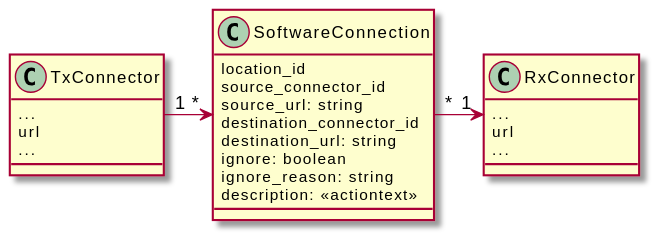
The PlantUML diagram public/docs/dev-notes/_images/software-connections.svg in swobspace/mirco, before a commit.
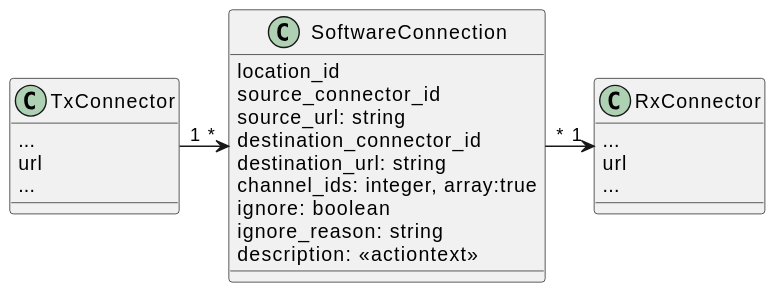
After the commit.

Change to the diagram source:
```diff
@@ -12,6 +12,7 @@
   source_url: string
   destination_connector_id
   destination_url: string
+  channel_ids: integer, array:true
   ignore: boolean
   ignore_reason: string
   description: <<actiontext>>
```
